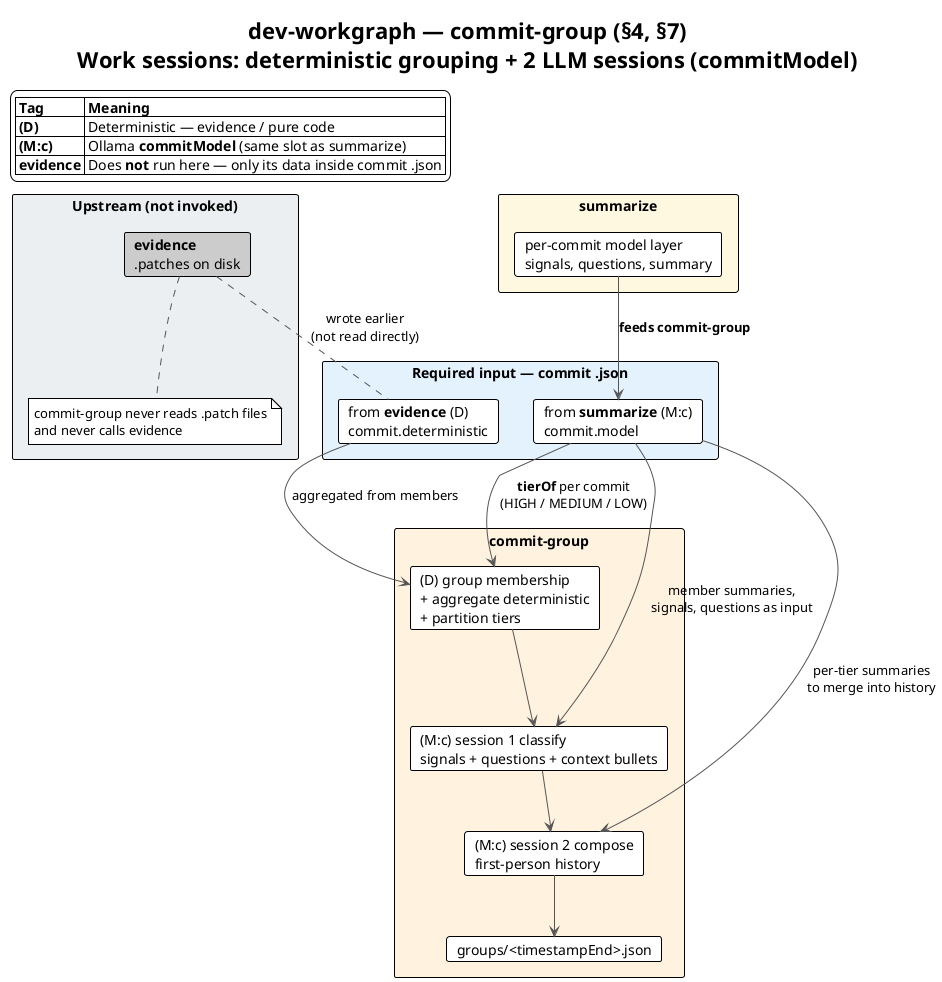
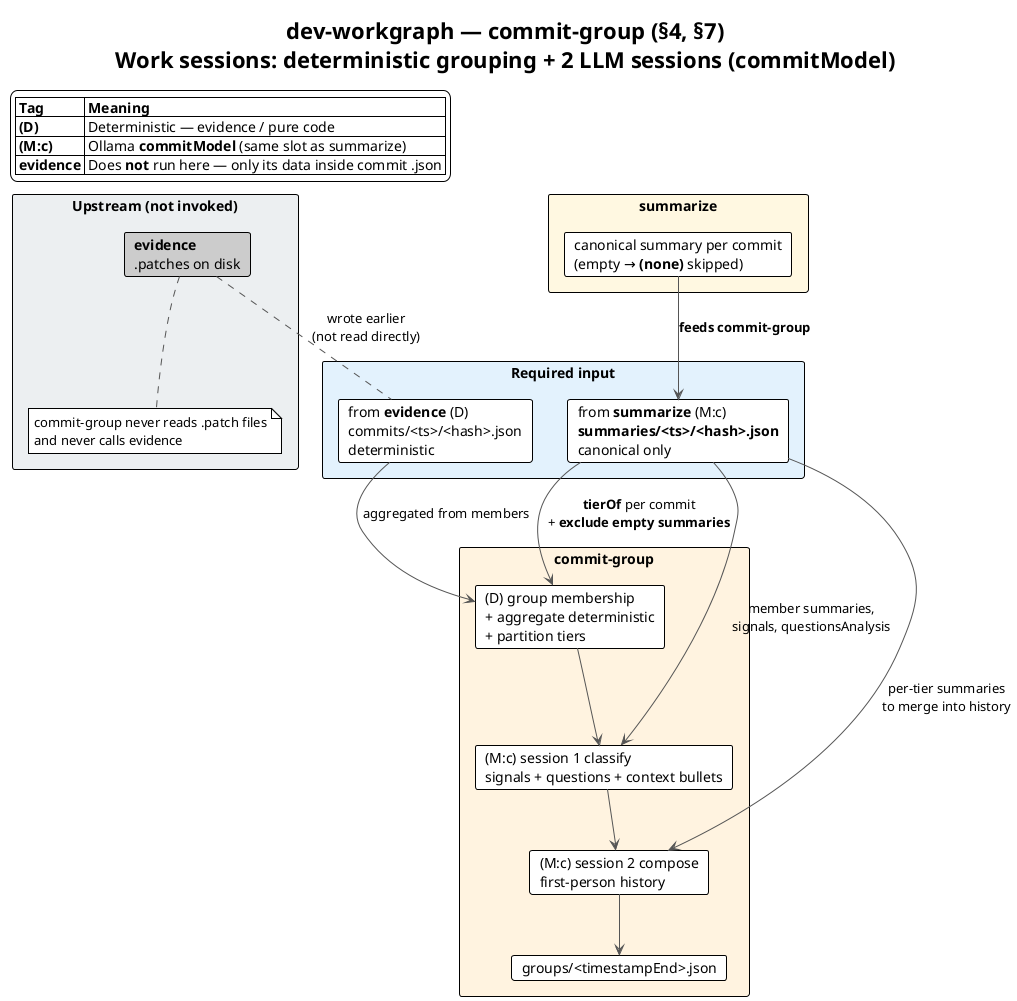
@startuml commit-group-overview
!theme plain
skinparam shadowing false
skinparam ArrowColor #555555

title dev-workgraph — **commit-group** (§4, §7)\nWork sessions: deterministic grouping + 2 LLM sessions (**commitModel**)

legend top left
  |= Tag |= Meaning |
  | **(D)** | Deterministic — evidence / pure code |
  | **(M:c)** | Ollama **commitModel** (same slot as summarize) |
  | **evidence** | Does **not** run here — only its data inside commit .json |
endlegend

rectangle "**Upstream (not invoked)**" #ECEFF1 {
  card "**evidence**\n.patches on disk" as EVID #CCCCCC
  note bottom of EVID
    commit-group never reads .patch files
    and never calls evidence
  end note
}

- rectangle "**Required input — commit .json**" #E3F2FD {
-   card "from **evidence** (D)\ncommit.deterministic" as DET
-   card "from **summarize** (M:c)\ncommit.model" as CM
+ rectangle "**Required input**" #E3F2FD {
+   card "from **evidence** (D)\ncommits/<ts>/<hash>.json\ndeterministic" as DET
+   card "from **summarize** (M:c)\n**summaries/<ts>/<hash>.json**\ncanonical only" as CM
}

rectangle "**commit-group**" #FFF3E0 {
  card "(D) group membership\n+ aggregate deterministic\n+ partition tiers" as DSTEP
  card "(M:c) session 1 classify\nsignals + questions + context bullets" as C1
  card "(M:c) session 2 compose\nfirst-person history" as C2
  card "groups/<timestampEnd>.json" as GOUT
}

rectangle "**summarize**" #FFF8E1 {
-   card "per-commit model layer\nsignals, questions, summary" as SUM
+   card "canonical summary per commit\n(empty → **(none)** skipped)" as SUM
}

SUM --> CM : **feeds commit-group**
DET --> DSTEP : aggregated from members
- CM --> DSTEP : **tierOf** per commit\n(HIGH / MEDIUM / LOW)
- CM --> C1 : member summaries,\nsignals, questions as input
+ CM --> DSTEP : **tierOf** per commit\n+ **exclude empty summaries**
+ CM --> C1 : member summaries,\nsignals, questionsAnalysis
CM --> C2 : per-tier summaries\nto merge into history
DSTEP --> C1
C1 --> C2
C2 --> GOUT

EVID .. DET : wrote earlier\n(not read directly)

@enduml


@startuml commit-group-summarize-link
!theme plain
skinparam shadowing false

title **commit-group** and **summarize** — what is reused vs recalculated

package "**summarize output (per commit)**" #FFF8E1 {
  component "model.summary" as S
  component "model signals\n(technical / architecture / security)" as SIG
  component "model.signalReasons" as SR
-   component "model.questions" as Q
+   component "model.questionsAnalysis" as Q
  component "model.changeTypes" as CT
}

package "**commit-group reads (no .patch, no evidence cmd)**" #E3F2FD {
-   component "commit.deterministic\n(from evidence in .json)" as DET
-   component "All model fields above" as READ
+   component "commits/<ts>/<hash>.json\n.deterministic (evidence)" as DET
+   component "summaries/<ts>/<hash>.json\n.canonical model only" as READ
}

package "**commit-group (D) — always recomputed on run**" #E8F5E9 {
+   component "filter **isEmptyCommitSummary**" as FILT
  component "groupByGap membership" as MEM
  component "aggregateDeterministic" as AGG
-   component "groups.tiers via tierOf(commit.model)" as TIER
+   component "groups.tiers via tierOf(model)" as TIER
}

package "**commit-group (M:c) — session-level rebuild**" #FFF3E0 {
  component "Session signals re-evaluated\n(at least max of members)" as GSIG
  component "Session questions synthesized\n(merge, dedupe, reframe)" as GQ
  component "hiContext / mediumContext / lowContext" as CTX
  component "history — merge of commit summaries" as HIST
}

S --> READ
SIG --> READ
Q --> READ

- READ --> TIER
- READ --> GSIG
- READ --> GQ
+ READ --> FILT
+ FILT --> MEM
+ FILT --> TIER
+ FILT --> GSIG
+ FILT --> GQ
DET --> AGG
SIG --> TIER
+ 
+ note bottom of FILT
+   Skip commits where provenance.model = **(none)**
+   or summary is blank.
+   Console: N commits → M for grouping
+   (K empty summaries skipped)
+ end note

note bottom of TIER
  **tierOf** uses summarize signals only:
  hi = any high · medium = any medium, none high
  low = all low OR model is null
end note

note bottom of GQ
  Classify session **rebuilds** session questions from
  member commit questions + session context — not a
  simple string concat; role-aware via project context.
end note

note bottom of GSIG
  On re-run after new commits summarized:
  tiers, session signals, questions, history all
  recomputed from current commit.model values.
end note

@enduml


@startuml commit-group-command
!theme plain
skinparam shadowing false
skinparam ActivityBorderColor #888888
skinparam NoteBackgroundColor #FFF3E0

title **commit-group** — Full command flow

start

- :loadCommitRecords(commits/);\nread **.json only** — no .patch, no evidence;
+ :loadCommitRecords(commits/ + summaries/);\njoin evidence + canonical summary;

if (No commits?) then (yes)
  #Pink:Run **evidence** first;
  stop
else (no)
endif
+ 
+ :Filter **isEmptyCommitSummary**;
+ note right: skip (none) / blank summary

:Resolve **groupThresholdDays** + **groupMaxCommits**\n(prompt or --days / --max-commits);

:groupByGap(commits, days, max)\n**oldest first**;

:Pick **commitModel** (same slot as summarize);

:loadProjectContext -> classify + compose system prompts;

partition "Per work session (oldest group first)" {
  :buildGroupRecord(members) **(D)**;
  note right
    groups.commits[] ordered hashes
    groups.tiers = partitionTiers(members)
    deterministic = aggregateDeterministic(members)
    model = null (until LLM)
  end note

  if (group file exists with model?) then (yes)
    :Skip LLM (append-only);
  else (no)
    partition "**Session 1 — classify (M:c)**" {
      :Input: aggregated deterministic,\ntier-annotated members (summary + signals\n+ per-commit questions as context),\ngroups.tiers reference;
      :Output: session **signals** + signalReasons,\n**questions[]**, changeTypes, confidence,\nhiContext / mediumContext / lowContext;
      :enforceSignalReasons;
    }

    partition "**Session 2 — compose (M:c)**" {
      :Input: classify result +\nper-commit summaries by tier;
      :Output: **history** only\n(first-person merge);
    }

    :technologies = mergeTechnologies(members)\n**(D)** union of commit models;
    :Write groups/<timestampEnd>.json;
  endif
}

#LightGreen:Done;

floating note left
  On model failure: save group with model=null\n(deterministic + tiers kept) for retry.
  **Append-only:** skips groups that already have model.
  New commits → **extension groups** only (§4).
  To rebuild: delete group files manually.
end note

stop

@enduml


@startuml commit-group-deterministic
!theme plain
skinparam shadowing false
skinparam ActivityBorderColor #888888
skinparam NoteBackgroundColor #E8F5E9

title **commit-group** — Deterministic steps (D)\nNo evidence command · uses commit .json from disk

start

- :Load all commit records from commits/**/*.json;
+ :Load evidence from commits/**/*.json;\njoin **summaries/<ts>/<hash>.json** (canonical);

note right
-   Each record contains:
-   • deterministic (written by **evidence**)
-   • model (written by **summarize**, may be null)
- end note
+   Each joined record:
+   • deterministic (from evidence)
+   • model (from summarize, may be empty)
+   **.partN.json / .merge.json not loaded**
+ end note
+ 
+ :Filter out **isEmptyCommitSummary**;

partition "1. Group membership — groupByGap" {
  :Walk chronologically;
  if (gap > groupThresholdDays\nOR group size >= groupMaxCommits?) then (yes)
    :Close group, start new;
  else (no)
    :Same session;
  endif
  note right: Single-commit groups are valid
}

partition "2. groups.commits (D)" {
  :Ordered list of member hashes;
}

partition "3. groups.tiers — partitionTiers (D)" {
  :For each member: **tierOf(commit)**;
  note right
    Uses **summarize** signals only:
    hi / medium / low
    model null -> low tier
  end note
  :Every hash in exactly one tier bucket;
}

partition "4. aggregateDeterministic (D)" {
  :Union changedFiles per status;
  :Sum linesAdded / linesDeleted;
  :Union folders, areas, excludedFiles;
  note right
    Same rules as evidence, merged across members.
    **Does not** re-read Git or patches.
  end note
}

:Write deterministic layer to group JSON\nbefore any LLM call;

stop

@enduml


@startuml commit-group-model-layer
!theme plain
skinparam shadowing false
skinparam classBackgroundColor #FAFAFA

title **GroupModelLayer** — two LLM sessions (M:c)

class "GroupRecord" as GR {
  groupId, timestampStart, timestampEnd, commitCount
  groups { commits[], tiers { low, medium, hi } }
  deterministic : DeterministicLayer **(D)**
  model : GroupModelLayer | null
}

class "Session 1 — classify" as C1 #FFF3E0 {
  **Rebuilt session signals**
  technicalSignal / architectureSignal / securitySignal
  signalReasons (patch-grounded, session scope)
  --
  **questions[]** — session-level
  synthesized from member gaps
  (not simple concat of commit questions)
  --
  changeTypes[], confidence
  hiContext[] / mediumContext[] / lowContext[]
  (meaning-merged bullets, not commit hashes)
}

class "Session 2 — compose" as C2 #FFF3E0 {
  **history** : string
  First-person merge of commit summaries
  HIGH = full detail · MEDIUM = brief
  LOW = optional mention
}

class "CLI (D post)" as CLI #E3F2FD {
  technologies[] = mergeTechnologies(members)
-   provenance { model, generatedAt, patchTruncated }
+   provenance { model, generatedAt }
}

GR *-- C1
C1 --> C2 : classify feeds compose
C2 --> CLI
CLI --> GR

note right of C1
  Input from **summarize**:
  per-commit summary, signals, questions
  + deterministic tiers reference
end note

note bottom of GR
  **evidence** does not participate in model steps.
  Member **patches never loaded**.
end note

@enduml


@startuml commit-group-incremental
!theme plain
skinparam shadowing false

title **commit-group** — incremental re-run (extension groups, §4)

actor "Developer" as DEV

rectangle "**Existing on disk**" #E8F5E9 {
  card "groups/T1.json\n[c1,c2,c3] + model" as G1
}

rectangle "**New commits exported**" #FFF8E1 {
  card "c4, c5 (summarized)" as NC
}

rectangle "**groupByGap (full recompute)**" #E3F2FD {
  card "Session would be\n[c1..c5]" as FULL
}

rectangle "**extensionSessions**" #FFF3E0 {
  card "covered = {c1,c2,c3}\nuncovered = [c4,c5]" as EXT
  card "Write **groups/T5.json**\nextension group only" as OUT
}

DEV --> NC
G1 --> EXT : coveredCommitHashes
FULL --> EXT : subtract covered
EXT --> OUT

note bottom of OUT
  report resume folds **T5** only — no duplicate
  history from re-folding [c1..c5].
  Graph only extends; delete artifacts to rebuild.
end note

@enduml


@startuml commit-group-rerun
!theme plain
skinparam shadowing false

title **Incremental re-run** (append-only graph)

actor "Developer" as DEV

rectangle "**Re-run after new commits**" #E8F5E9 {
  card "evidence + summarize\nnew commits only" as INC1
  card "commit-group\n**extension groups**\n(uncovered commits)" as INC2
  card "report resume\n+ prepare + final\n**extension mode**" as INC3
}

DEV --> INC1
INC1 --> INC2
INC2 --> INC3

note bottom
  **Incremental:** extension groups + cumulative Q&A in final (§11).
  Existing JSON model layers are never overwritten.
  To rebuild a stage: delete its artifacts manually.
  evidence re-run only needed if Git export changed.
end note

@enduml


@startuml commit-group-sequence
!theme plain
skinparam shadowing false

title Sequence — **commit-group** (summarize in, evidence out)

actor "Developer" as DEV
- database "commits/*.json\n(D from evidence +\nM:c from summarize)" as COMM
+ database "commits/*.json\n(D evidence)" as COMM
+ database "summaries/*.json\n(M:c canonical)" as SUMM
database "project.json" as PJ
participant "**commit-group**" as CG
participant "Ollama\ncommitModel" as LLM
database "groups/<ts>.json" as GRP

DEV -> CG : commit-group ./repo

- CG -> COMM : loadCommitRecords()\n**.json only**
+ CG -> COMM : load evidence manifests
+ CG -> SUMM : join canonical summaries
+ CG -> CG : filter empty summaries\n(isEmptyCommitSummary)

note over COMM
  evidence .patch files **not read**
-   evidence command **not called**
+   .partN / .merge summaries **not read**
end note

CG -> CG : groupByGap + **extensionSessions**\n(subtract covered commit hashes)

note over CG
  **Incremental re-run:** extension groups
  = uncovered commits only (§4).
  Skips groups with model (append-only).
end note

CG -> CG : buildGroupRecord (D)\naggregateDeterministic\npartitionTiers from commit.model signals

CG -> PJ : loadProjectContext()

CG -> LLM : **Session 1 classify**\nmember summaries + signals + questions
LLM --> CG : session signals, questions[], context tiers

CG -> LLM : **Session 2 compose**\nsummaries by tier + classify result
LLM --> CG : history

CG -> CG : mergeTechnologies (D)\n+ provenance

CG -> GRP : write group JSON

CG --> DEV : summarized / skipped / failed counts

@enduml


@startuml commit-group-example
!theme plain
skinparam shadowing false

title Example — group record after **commit-group**

object "groups/1717428123.json" as G #FFF3E0 {
  groupId = 1717428123
  commitCount = 3
  ..
  **groups (D)**
  commits[] = 3 hashes
  tiers.hi / medium / low from **summarize** signals
  ..
  **deterministic (D)**
  union of member deterministic layers
  ..
  **model (M:c)**
  history = first-person session narrative
  technicalSignal / architectureSignal / securitySignal
  signalReasons + **questions[]** (session-level)
  hiContext / mediumContext / lowContext
  technologies = union from member commits (D)
}

note bottom of G
  Per-commit questions (summarize) -> classify synthesizes
  session questions. Per-commit signals -> tiers (D) +
  session signals re-evaluated (M:c).
end note

@enduml
